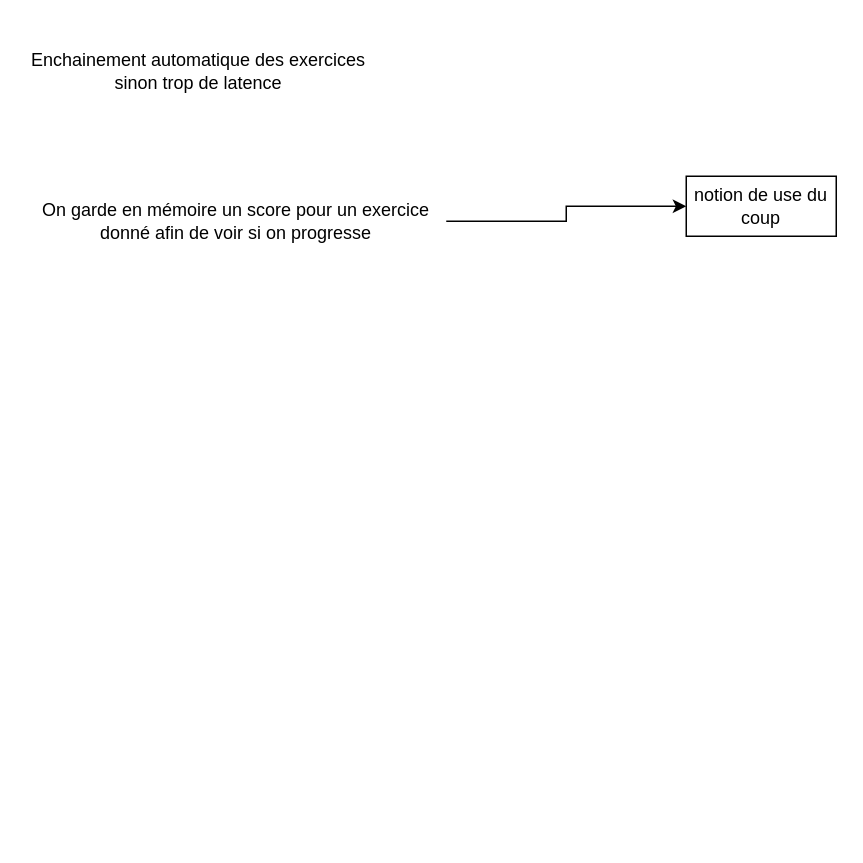
Zergoma/OctoType keeps this draw.io diagram as page "Idées en vrac" (5 of 7) of CdC_OctoType.drawio. Above is the earlier version. Source tidied: cells renumbered, new cells numbered last; positions are measured from the earlier drawing's top-left corner, leaving out a move shared by most shapes. Both pictures are drawn from the tidied source at 150%, with x=0, y=0 at pixel (26, 26).
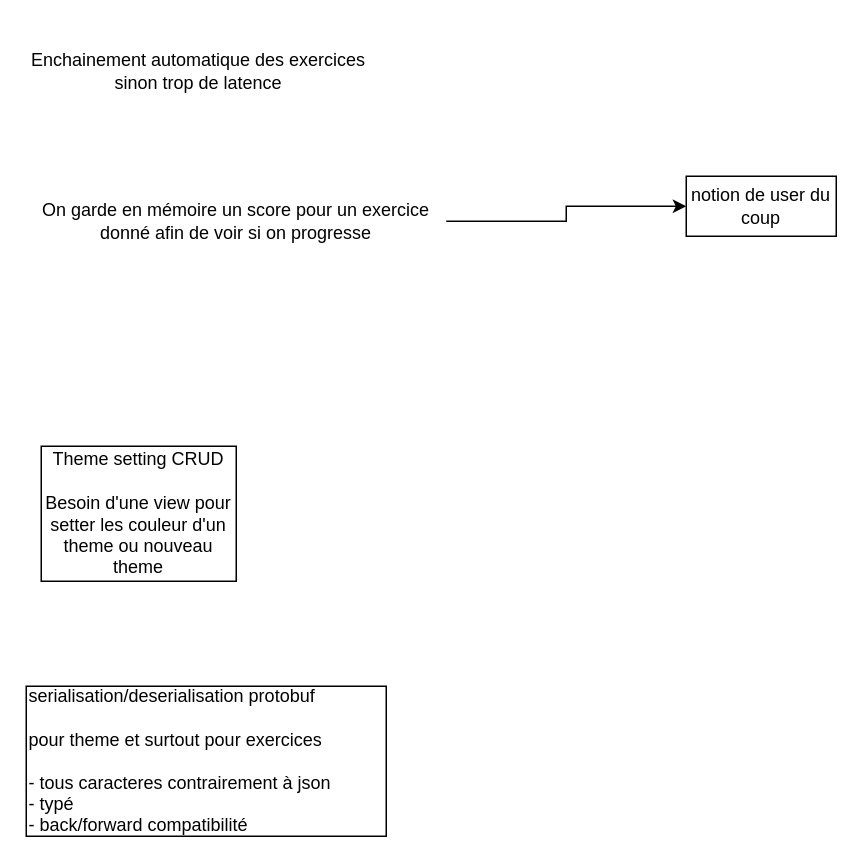
After the change.

Change to the diagram source:
```diff
@@
 <mxGraphModel>
   <root>
     <mxCell id="0" />
     <mxCell id="1" parent="0" />
     <mxCell id="2" value="Enchainement automatique des exercices sinon trop de latence" style="text;html=1;whiteSpace=wrap;strokeColor=none;fillColor=none;align=center;verticalAlign=middle;rounded=0;" parent="1" vertex="1">
       <mxGeometry width="230" height="60" as="geometry" />
     </mxCell>
     <mxCell id="3" style="edgeStyle=orthogonalEdgeStyle;rounded=0;jettySize=auto;html=1;" parent="1" edge="1" source="4" target="5">
       <mxGeometry relative="1" as="geometry" />
     </mxCell>
     <mxCell id="4" value="On garde en mémoire un score pour un exercice donné afin de voir si on progresse" style="text;html=1;whiteSpace=wrap;strokeColor=none;fillColor=none;align=center;verticalAlign=middle;rounded=0;" parent="1" vertex="1">
       <mxGeometry y="100" width="280" height="60" as="geometry" />
     </mxCell>
-    <mxCell id="5" value="notion de use du coup" style="whiteSpace=wrap;html=1;" parent="1" vertex="1">
+    <mxCell id="5" value="notion de user du coup" style="whiteSpace=wrap;html=1;" parent="1" vertex="1">
       <mxGeometry x="440" y="100" width="100" height="40" as="geometry" />
     </mxCell>
+    <mxCell id="6" value="&lt;div&gt;Theme setting CRUD&lt;/div&gt;&lt;div&gt;&lt;br&gt;&lt;/div&gt;Besoin d'une view pour setter les couleur d'un theme ou nouveau theme" style="rounded=0;whiteSpace=wrap;html=1;" parent="1" vertex="1">
+      <mxGeometry x="10" y="280" width="130" height="90" as="geometry" />
+    </mxCell>
+    <mxCell id="7" value="serialisation/deserialisation protobuf&lt;div&gt;&lt;br&gt;&lt;/div&gt;&lt;div&gt;pour theme et surtout pour exercices&lt;/div&gt;&lt;div&gt;&lt;br&gt;&lt;div&gt;- tous caracteres contrairement à json&lt;/div&gt;&lt;div&gt;- typé&lt;/div&gt;&lt;/div&gt;&lt;div&gt;- back/forward compatibilité&lt;/div&gt;" style="rounded=0;whiteSpace=wrap;html=1;align=left;" parent="1" vertex="1">
+      <mxGeometry y="440" width="240" height="100" as="geometry" />
+    </mxCell>
   </root>
 </mxGraphModel>
```
